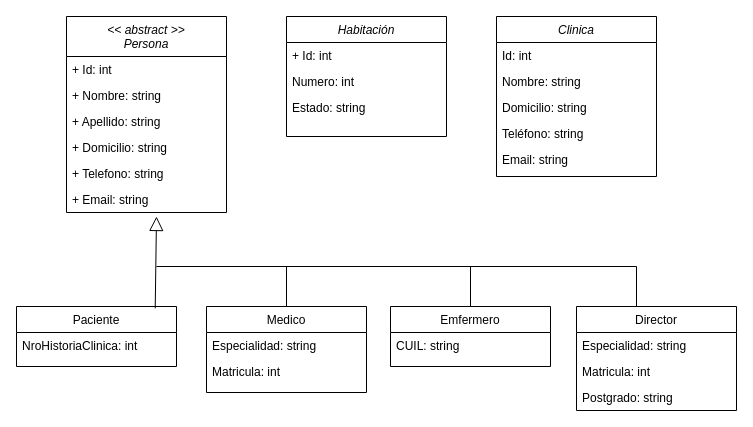
Earlier version of the draw.io diagram Diagrama sin título.drawio (karenis32/TP-integrador-POO). Source tidied: cells renumbered, new cells numbered last; positions are measured from the earlier drawing's top-left corner, leaving out a move shared by most shapes. Both pictures are drawn from the tidied source at 100%, with x=0, y=0 at pixel (16, 16).
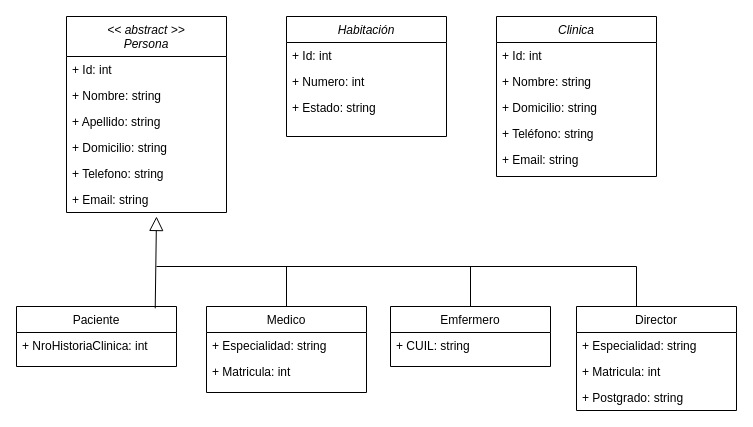
The same page after the edit.

The change refers to these unchanged cells:
```xml
<mxCell id="9" value="Paciente" style="swimlane;fontStyle=0;align=center;verticalAlign=top;horizontal=1;startSize=26;rounded=0;shadow=0;strokeWidth=1;" parent="1" vertex="1">
  <mxGeometry y="290" width="160" height="60" as="geometry" />
</mxCell>
<mxCell id="11" value="Medico" style="swimlane;fontStyle=0;align=center;verticalAlign=top;horizontal=1;startSize=26;rounded=0;shadow=0;strokeWidth=1;" parent="1" vertex="1">
  <mxGeometry x="190" y="290" width="160" height="86" as="geometry" />
</mxCell>
<mxCell id="14" value="Emfermero" style="swimlane;fontStyle=0;align=center;verticalAlign=top;horizontal=1;startSize=26;rounded=0;shadow=0;strokeWidth=1;" parent="1" vertex="1">
  <mxGeometry x="374" y="290" width="160" height="60" as="geometry" />
</mxCell>
<mxCell id="16" value="Director" style="swimlane;fontStyle=0;align=center;verticalAlign=top;horizontal=1;startSize=26;rounded=0;shadow=0;strokeWidth=1;" parent="1" vertex="1">
  <mxGeometry x="560" y="290" width="160" height="104" as="geometry" />
</mxCell>
<mxCell id="20" value="Habitación" style="swimlane;fontStyle=2;align=center;verticalAlign=top;horizontal=1;startSize=26;rounded=0;shadow=0;strokeWidth=1;" parent="1" vertex="1">
  <mxGeometry x="270" width="160" height="120" as="geometry" />
</mxCell>
<mxCell id="24" value="Clinica" style="swimlane;fontStyle=2;align=center;verticalAlign=top;horizontal=1;startSize=26;rounded=0;shadow=0;strokeWidth=1;" parent="1" vertex="1">
  <mxGeometry x="480" width="160" height="160" as="geometry" />
</mxCell>
```

The edit, as a diff of the source:
```diff
@@
-    <mxCell id="10" value="NroHistoriaClinica: int" style="text;align=left;verticalAlign=top;spacingLeft=4;spacingRight=4;overflow=hidden;" parent="9" vertex="1">
+    <mxCell id="10" value="+ NroHistoriaClinica: int" style="text;align=left;verticalAlign=top;spacingLeft=4;spacingRight=4;overflow=hidden;" parent="9" vertex="1">
       <mxGeometry y="26" width="160" height="26" as="geometry" />
     </mxCell>
@@
-    <mxCell id="12" value="Especialidad: string" style="text;align=left;verticalAlign=top;spacingLeft=4;spacingRight=4;overflow=hidden;" parent="11" vertex="1">
+    <mxCell id="12" value="+ Especialidad: string" style="text;align=left;verticalAlign=top;spacingLeft=4;spacingRight=4;overflow=hidden;" parent="11" vertex="1">
       <mxGeometry y="26" width="160" height="26" as="geometry" />
     </mxCell>
-    <mxCell id="13" value="Matricula: int" style="text;align=left;verticalAlign=top;spacingLeft=4;spacingRight=4;overflow=hidden;" parent="11" vertex="1">
+    <mxCell id="13" value="+ Matricula: int" style="text;align=left;verticalAlign=top;spacingLeft=4;spacingRight=4;overflow=hidden;" parent="11" vertex="1">
       <mxGeometry y="52" width="160" height="26" as="geometry" />
     </mxCell>
@@
-    <mxCell id="15" value="CUIL: string" style="text;align=left;verticalAlign=top;spacingLeft=4;spacingRight=4;overflow=hidden;" parent="14" vertex="1">
+    <mxCell id="15" value="+ CUIL: string" style="text;align=left;verticalAlign=top;spacingLeft=4;spacingRight=4;overflow=hidden;" parent="14" vertex="1">
       <mxGeometry y="26" width="160" height="26" as="geometry" />
     </mxCell>
@@
-    <mxCell id="17" value="Especialidad: string" style="text;align=left;verticalAlign=top;spacingLeft=4;spacingRight=4;overflow=hidden;" parent="16" vertex="1">
+    <mxCell id="17" value="+ Especialidad: string" style="text;align=left;verticalAlign=top;spacingLeft=4;spacingRight=4;overflow=hidden;" parent="16" vertex="1">
       <mxGeometry y="26" width="160" height="26" as="geometry" />
     </mxCell>
-    <mxCell id="18" value="Matricula: int" style="text;align=left;verticalAlign=top;spacingLeft=4;spacingRight=4;overflow=hidden;" parent="16" vertex="1">
+    <mxCell id="18" value="+ Matricula: int" style="text;align=left;verticalAlign=top;spacingLeft=4;spacingRight=4;overflow=hidden;" parent="16" vertex="1">
       <mxGeometry y="52" width="160" height="26" as="geometry" />
     </mxCell>
-    <mxCell id="19" value="Postgrado: string" style="text;align=left;verticalAlign=top;spacingLeft=4;spacingRight=4;overflow=hidden;" parent="16" vertex="1">
+    <mxCell id="19" value="+ Postgrado: string" style="text;align=left;verticalAlign=top;spacingLeft=4;spacingRight=4;overflow=hidden;" parent="16" vertex="1">
       <mxGeometry y="78" width="160" height="26" as="geometry" />
     </mxCell>
@@
-    <mxCell id="22" value="Numero: int" style="text;align=left;verticalAlign=top;spacingLeft=4;spacingRight=4;overflow=hidden;rounded=0;shadow=0;html=0;" parent="20" vertex="1">
+    <mxCell id="22" value="+ Numero: int" style="text;align=left;verticalAlign=top;spacingLeft=4;spacingRight=4;overflow=hidden;rounded=0;shadow=0;html=0;" parent="20" vertex="1">
       <mxGeometry y="52" width="160" height="26" as="geometry" />
     </mxCell>
-    <mxCell id="23" value="Estado: string" style="text;align=left;verticalAlign=top;spacingLeft=4;spacingRight=4;overflow=hidden;rounded=0;shadow=0;html=0;" parent="20" vertex="1">
+    <mxCell id="23" value="+ Estado: string" style="text;align=left;verticalAlign=top;spacingLeft=4;spacingRight=4;overflow=hidden;rounded=0;shadow=0;html=0;" parent="20" vertex="1">
       <mxGeometry y="78" width="160" height="26" as="geometry" />
     </mxCell>
@@
-    <mxCell id="25" value="Id: int" style="text;align=left;verticalAlign=top;spacingLeft=4;spacingRight=4;overflow=hidden;" parent="24" vertex="1">
+    <mxCell id="25" value="+ Id: int" style="text;align=left;verticalAlign=top;spacingLeft=4;spacingRight=4;overflow=hidden;" parent="24" vertex="1">
       <mxGeometry y="26" width="160" height="26" as="geometry" />
     </mxCell>
-    <mxCell id="26" value="Nombre: string" style="text;align=left;verticalAlign=top;spacingLeft=4;spacingRight=4;overflow=hidden;rounded=0;shadow=0;html=0;" parent="24" vertex="1">
+    <mxCell id="26" value="+ Nombre: string" style="text;align=left;verticalAlign=top;spacingLeft=4;spacingRight=4;overflow=hidden;rounded=0;shadow=0;html=0;" parent="24" vertex="1">
       <mxGeometry y="52" width="160" height="26" as="geometry" />
     </mxCell>
-    <mxCell id="27" value="Domicilio: string" style="text;align=left;verticalAlign=top;spacingLeft=4;spacingRight=4;overflow=hidden;rounded=0;shadow=0;html=0;" parent="24" vertex="1">
+    <mxCell id="27" value="+ Domicilio: string" style="text;align=left;verticalAlign=top;spacingLeft=4;spacingRight=4;overflow=hidden;rounded=0;shadow=0;html=0;" parent="24" vertex="1">
       <mxGeometry y="78" width="160" height="26" as="geometry" />
     </mxCell>
-    <mxCell id="28" value="Teléfono: string" style="text;align=left;verticalAlign=top;spacingLeft=4;spacingRight=4;overflow=hidden;rounded=0;shadow=0;html=0;" parent="24" vertex="1">
+    <mxCell id="28" value="+ Teléfono: string" style="text;align=left;verticalAlign=top;spacingLeft=4;spacingRight=4;overflow=hidden;rounded=0;shadow=0;html=0;" parent="24" vertex="1">
       <mxGeometry y="104" width="160" height="26" as="geometry" />
     </mxCell>
-    <mxCell id="29" value="Email: string" style="text;align=left;verticalAlign=top;spacingLeft=4;spacingRight=4;overflow=hidden;rounded=0;shadow=0;html=0;" parent="24" vertex="1">
+    <mxCell id="29" value="+ Email: string" style="text;align=left;verticalAlign=top;spacingLeft=4;spacingRight=4;overflow=hidden;rounded=0;shadow=0;html=0;" parent="24" vertex="1">
       <mxGeometry y="130" width="160" height="26" as="geometry" />
     </mxCell>
```
